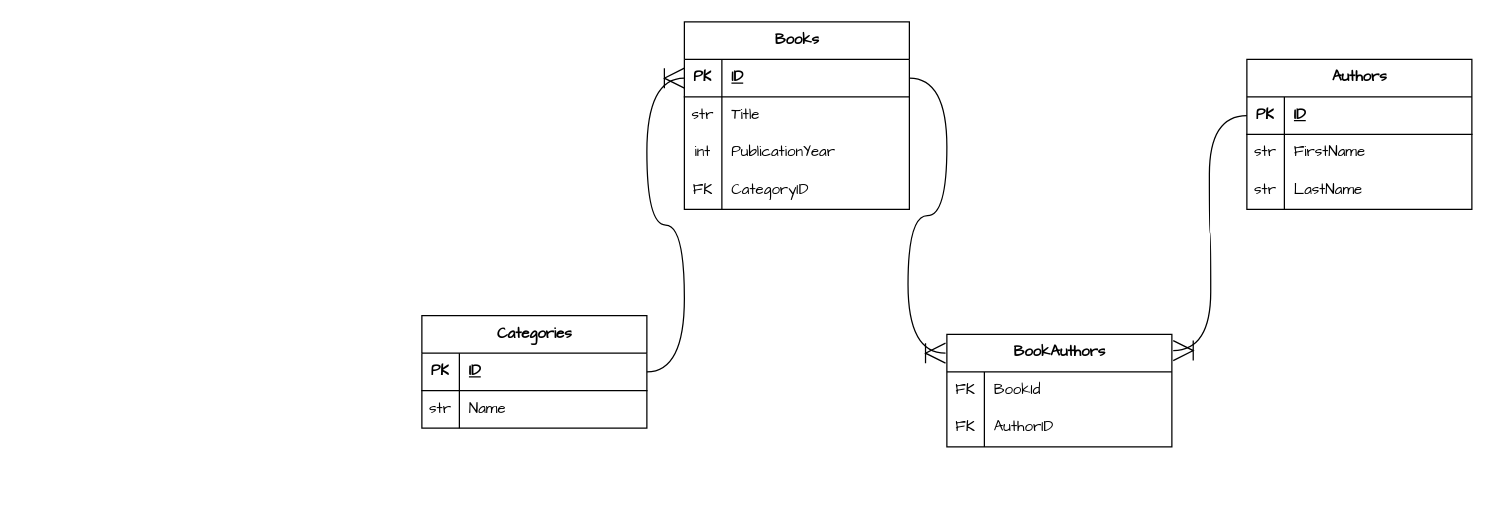
Earlier version of the draw.io diagram ERD/Diagram.drawio (yosang/efcore-books). Source tidied: cells renumbered, new cells numbered last; positions are measured from the earlier drawing's top-left corner, leaving out a move shared by most shapes. Both pictures are drawn from the tidied source at 125%, with x=0, y=0 at pixel (421, 21).
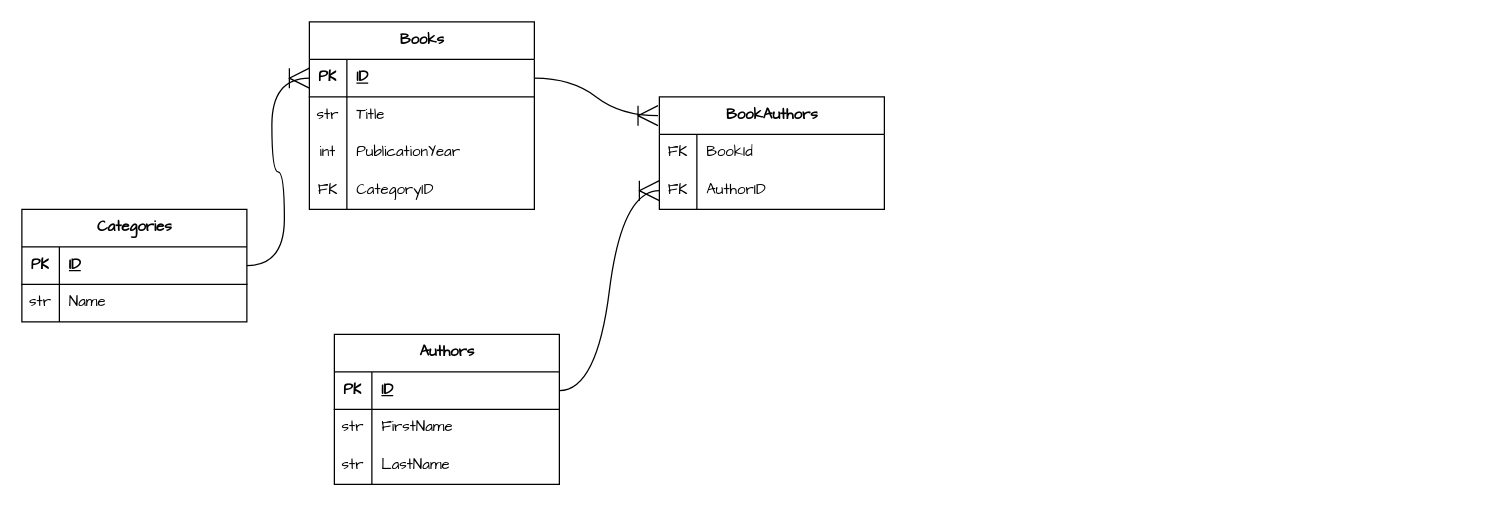
After the change.

The change refers to these unchanged cells:
```xml
<mxCell id="3" style="shape=tableRow;horizontal=0;startSize=0;swimlaneHead=0;swimlaneBody=0;fillColor=none;points=[[0,0.5],[1,0.5]];portConstraint=eastwest;top=0;left=0;right=0;bottom=1;fontFamily=Architects Daughter;" parent="2" vertex="1">
  <mxGeometry y="30" width="180" height="30" as="geometry" />
</mxCell>
<mxCell id="16" style="shape=tableRow;horizontal=0;startSize=0;swimlaneHead=0;swimlaneBody=0;fillColor=none;points=[[0,0.5],[1,0.5]];portConstraint=eastwest;top=0;left=0;right=0;bottom=1;fontFamily=Architects Daughter;" parent="15" vertex="1">
  <mxGeometry y="30" width="180" height="30" as="geometry" />
</mxCell>
<mxCell id="26" style="shape=tableRow;horizontal=0;startSize=0;swimlaneHead=0;swimlaneBody=0;fillColor=none;points=[[0,0.5],[1,0.5]];portConstraint=eastwest;top=0;left=0;right=0;bottom=1;fontFamily=Architects Daughter;" parent="25" vertex="1">
  <mxGeometry y="30" width="180" height="30" as="geometry" />
</mxCell>
<mxCell id="36" style="shape=tableRow;horizontal=0;startSize=0;swimlaneHead=0;swimlaneBody=0;fillColor=none;points=[[0,0.5],[1,0.5]];portConstraint=eastwest;top=0;left=0;right=0;bottom=0;fontFamily=Architects Daughter;" parent="32" vertex="1">
  <mxGeometry y="60" width="180" height="30" as="geometry" />
</mxCell>
```

The edit, as a diff of the source:
```diff
@@
     <mxCell id="2" value="Books" style="shape=table;startSize=30;childLayout=tableLayout;rowLines=0;fontStyle=1;align=center;html=1;fontFamily=Architects Daughter;" parent="1" vertex="1">
-      <mxGeometry x="210" width="180" height="150" as="geometry" />
+      <mxGeometry x="-90" width="180" height="150" as="geometry" />
     </mxCell>
@@
     <mxCell id="15" value="Authors" style="shape=table;startSize=30;childLayout=tableLayout;rowLines=0;fontStyle=1;align=center;html=1;fontFamily=Architects Daughter;" parent="1" vertex="1">
-      <mxGeometry x="660" y="30" width="180" height="120" as="geometry" />
+      <mxGeometry x="-70" y="250" width="180" height="120" as="geometry" />
     </mxCell>
@@
     <mxCell id="25" value="Categories" style="shape=table;startSize=30;childLayout=tableLayout;rowLines=0;fontStyle=1;align=center;html=1;fontFamily=Architects Daughter;" parent="1" vertex="1">
-      <mxGeometry y="235" width="180" height="90" as="geometry" />
+      <mxGeometry x="-320" y="150" width="180" height="90" as="geometry" />
     </mxCell>
@@
     <mxCell id="32" value="BookAuthors" style="shape=table;startSize=30;childLayout=tableLayout;rowLines=0;fontStyle=1;align=center;html=1;fontFamily=Architects Daughter;" parent="1" vertex="1">
-      <mxGeometry x="420" y="250" width="180" height="90" as="geometry" />
+      <mxGeometry x="190" y="60" width="180" height="90" as="geometry" />
     </mxCell>
@@
-    <mxCell id="40" style="edgeStyle=entityRelationEdgeStyle;fontSize=12;html=1;endArrow=ERoneToMany;rounded=0;fontFamily=Architects Daughter;startSize=14;endSize=14;sourcePerimeterSpacing=8;targetPerimeterSpacing=8;curved=1;exitX=0;exitY=0.5;exitDx=0;exitDy=0;entryX=1.006;entryY=0.144;entryDx=0;entryDy=0;entryPerimeter=0;" parent="1" edge="1" source="16" target="32">
+    <mxCell id="40" style="edgeStyle=entityRelationEdgeStyle;fontSize=12;html=1;endArrow=ERoneToMany;rounded=0;fontFamily=Architects Daughter;startSize=14;endSize=14;sourcePerimeterSpacing=8;targetPerimeterSpacing=8;curved=1;exitX=1;exitY=0.5;exitDx=0;exitDy=0;entryX=0;entryY=0.5;entryDx=0;entryDy=0;" parent="1" edge="1" source="16" target="36">
       <mxGeometry relative="1" as="geometry" />
     </mxCell>
-    <mxCell id="41" style="edgeStyle=entityRelationEdgeStyle;fontSize=12;html=1;endArrow=ERoneToMany;rounded=0;fontFamily=Architects Daughter;startSize=14;endSize=14;sourcePerimeterSpacing=8;targetPerimeterSpacing=8;curved=1;entryX=0;entryY=0.5;entryDx=0;entryDy=0;exitX=1;exitY=0.5;exitDx=0;exitDy=0;" parent="1" edge="1" source="26" target="3">
+    <mxCell id="41" style="edgeStyle=entityRelationEdgeStyle;fontSize=12;html=1;endArrow=ERoneToMany;rounded=0;fontFamily=Architects Daughter;startSize=14;endSize=14;sourcePerimeterSpacing=8;targetPerimeterSpacing=8;curved=1;exitX=1;exitY=0.5;exitDx=0;exitDy=0;entryX=0;entryY=0.5;entryDx=0;entryDy=0;" parent="1" edge="1" source="26" target="3">
       <mxGeometry relative="1" as="geometry" />
     </mxCell>
```
